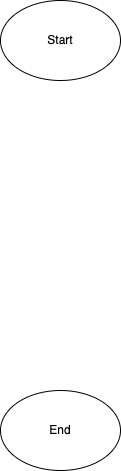
Above: algorithm.drawio.png in eamoe/controlwork (draw.io), before the change. Source tidied: cells renumbered, new cells last; positions are measured from the earlier drawing's top-left corner, leaving out a move shared by most shapes. The source it was exported from:
```xml
<mxGraphModel>
  <root>
    <mxCell id="0" />
    <mxCell id="1" parent="0" />
    <mxCell id="2" value="Start" style="ellipse;whiteSpace=wrap;html=1;" parent="1" vertex="1">
      <mxGeometry width="120" height="80" as="geometry" />
    </mxCell>
    <mxCell id="3" value="End" style="ellipse;whiteSpace=wrap;html=1;" parent="1" vertex="1">
      <mxGeometry y="390" width="120" height="80" as="geometry" />
    </mxCell>
  </root>
</mxGraphModel>
```
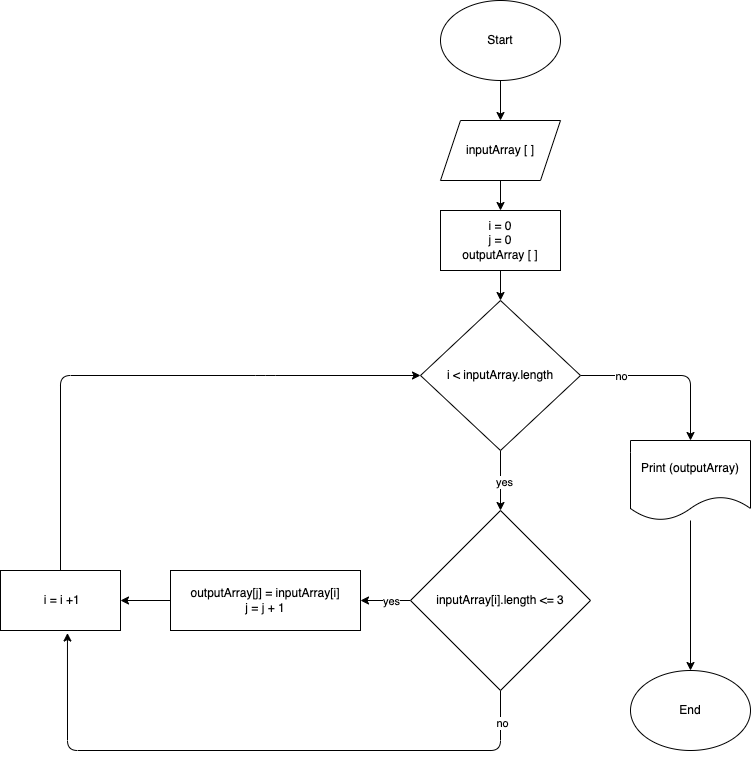
After the commit.

Commit message:
Finalized algorithm diagram

Change to the diagram source:
```diff
@@ -2,11 +2,92 @@
   <root>
     <mxCell id="0" />
     <mxCell id="1" parent="0" />
+    <mxCell id="4" style="edgeStyle=none;html=1;" parent="1" edge="1" source="2" target="6">
+      <mxGeometry relative="1" as="geometry" />
+    </mxCell>
     <mxCell id="2" value="Start" style="ellipse;whiteSpace=wrap;html=1;" parent="1" vertex="1">
       <mxGeometry width="120" height="80" as="geometry" />
     </mxCell>
     <mxCell id="3" value="End" style="ellipse;whiteSpace=wrap;html=1;" parent="1" vertex="1">
-      <mxGeometry y="390" width="120" height="80" as="geometry" />
+      <mxGeometry x="190" y="670" width="120" height="80" as="geometry" />
     </mxCell>
+    <mxCell id="5" style="edgeStyle=none;html=1;" parent="1" edge="1" source="6" target="13">
+      <mxGeometry relative="1" as="geometry" />
+    </mxCell>
+    <mxCell id="6" value="inputArray [ ]" style="shape=parallelogram;perimeter=parallelogramPerimeter;whiteSpace=wrap;html=1;fixedSize=1;" parent="1" vertex="1">
+      <mxGeometry y="120" width="120" height="60" as="geometry" />
+    </mxCell>
+    <mxCell id="7" style="edgeStyle=none;html=1;" parent="1" edge="1" source="11" target="18">
+      <mxGeometry relative="1" as="geometry" />
+    </mxCell>
+    <mxCell id="8" value="yes" style="edgeLabel;html=1;align=center;verticalAlign=middle;" parent="7" vertex="1">
+      <mxGeometry y="3" relative="1" as="geometry" />
+    </mxCell>
+    <mxCell id="9" style="edgeStyle=none;html=1;entryX=0.5;entryY=0;entryDx=0;entryDy=0;" parent="1" edge="1" source="11" target="24">
+      <mxGeometry relative="1" as="geometry">
+        <Array as="points">
+          <mxPoint x="250" y="375" />
+        </Array>
+      </mxGeometry>
+    </mxCell>
+    <mxCell id="10" value="no" style="edgeLabel;html=1;align=center;verticalAlign=middle;" parent="9" vertex="1">
+      <mxGeometry x="-0.78" y="-1" relative="1" as="geometry">
+        <mxPoint x="20" y="-1" as="offset" />
+      </mxGeometry>
+    </mxCell>
+    <mxCell id="11" value="i &amp;lt; inputArray.length" style="rhombus;whiteSpace=wrap;html=1;" parent="1" vertex="1">
+      <mxGeometry x="-20" y="300" width="160" height="150" as="geometry" />
+    </mxCell>
+    <mxCell id="12" style="edgeStyle=none;html=1;entryX=0.5;entryY=0;entryDx=0;entryDy=0;" parent="1" edge="1" source="13" target="11">
+      <mxGeometry relative="1" as="geometry" />
+    </mxCell>
+    <mxCell id="13" value="i = 0&lt;br&gt;j = 0&lt;br&gt;outputArray [ ]" style="rounded=0;whiteSpace=wrap;html=1;" parent="1" vertex="1">
+      <mxGeometry y="210" width="120" height="60" as="geometry" />
+    </mxCell>
+    <mxCell id="14" style="edgeStyle=none;html=1;" parent="1" edge="1" source="18" target="20">
+      <mxGeometry relative="1" as="geometry" />
+    </mxCell>
+    <mxCell id="15" value="yes" style="edgeLabel;html=1;align=center;verticalAlign=middle;" parent="14" vertex="1">
+      <mxGeometry x="-0.2" relative="1" as="geometry" />
+    </mxCell>
+    <mxCell id="16" style="edgeStyle=none;html=1;entryX=0.558;entryY=1.042;entryDx=0;entryDy=0;entryPerimeter=0;" parent="1" edge="1" source="18" target="22">
+      <mxGeometry relative="1" as="geometry">
+        <Array as="points">
+          <mxPoint x="60" y="750" />
+          <mxPoint x="-373" y="750" />
+        </Array>
+      </mxGeometry>
+    </mxCell>
+    <mxCell id="17" value="no" style="edgeLabel;html=1;align=center;verticalAlign=middle;" parent="16" vertex="1">
+      <mxGeometry x="-0.9" y="1" relative="1" as="geometry">
+        <mxPoint y="1" as="offset" />
+      </mxGeometry>
+    </mxCell>
+    <mxCell id="18" value="inputArray[i].length &amp;lt;= 3" style="rhombus;whiteSpace=wrap;html=1;" parent="1" vertex="1">
+      <mxGeometry x="-30" y="510" width="180" height="180" as="geometry" />
+    </mxCell>
+    <mxCell id="19" style="edgeStyle=none;html=1;" parent="1" edge="1" source="20" target="22">
+      <mxGeometry relative="1" as="geometry" />
+    </mxCell>
+    <mxCell id="20" value="outputArray[j] = inputArray[i]&lt;br&gt;j = j + 1" style="whiteSpace=wrap;html=1;" parent="1" vertex="1">
+      <mxGeometry x="-270" y="570" width="190" height="60" as="geometry" />
+    </mxCell>
+    <mxCell id="21" style="edgeStyle=none;html=1;entryX=0;entryY=0.5;entryDx=0;entryDy=0;" parent="1" edge="1" source="22" target="11">
+      <mxGeometry relative="1" as="geometry">
+        <Array as="points">
+          <mxPoint x="-380" y="375" />
+          <mxPoint x="-175" y="375" />
+        </Array>
+      </mxGeometry>
+    </mxCell>
+    <mxCell id="22" value="&amp;nbsp;i = i +1" style="whiteSpace=wrap;html=1;" parent="1" vertex="1">
+      <mxGeometry x="-440" y="570" width="120" height="60" as="geometry" />
+    </mxCell>
+    <mxCell id="23" style="edgeStyle=none;html=1;entryX=0.5;entryY=0;entryDx=0;entryDy=0;" parent="1" edge="1" source="24" target="3">
+      <mxGeometry relative="1" as="geometry" />
+    </mxCell>
+    <mxCell id="24" value="Print (outputArray)" style="shape=document;whiteSpace=wrap;html=1;boundedLbl=1;" parent="1" vertex="1">
+      <mxGeometry x="190" y="440" width="120" height="80" as="geometry" />
+    </mxCell>
   </root>
 </mxGraphModel>
```
